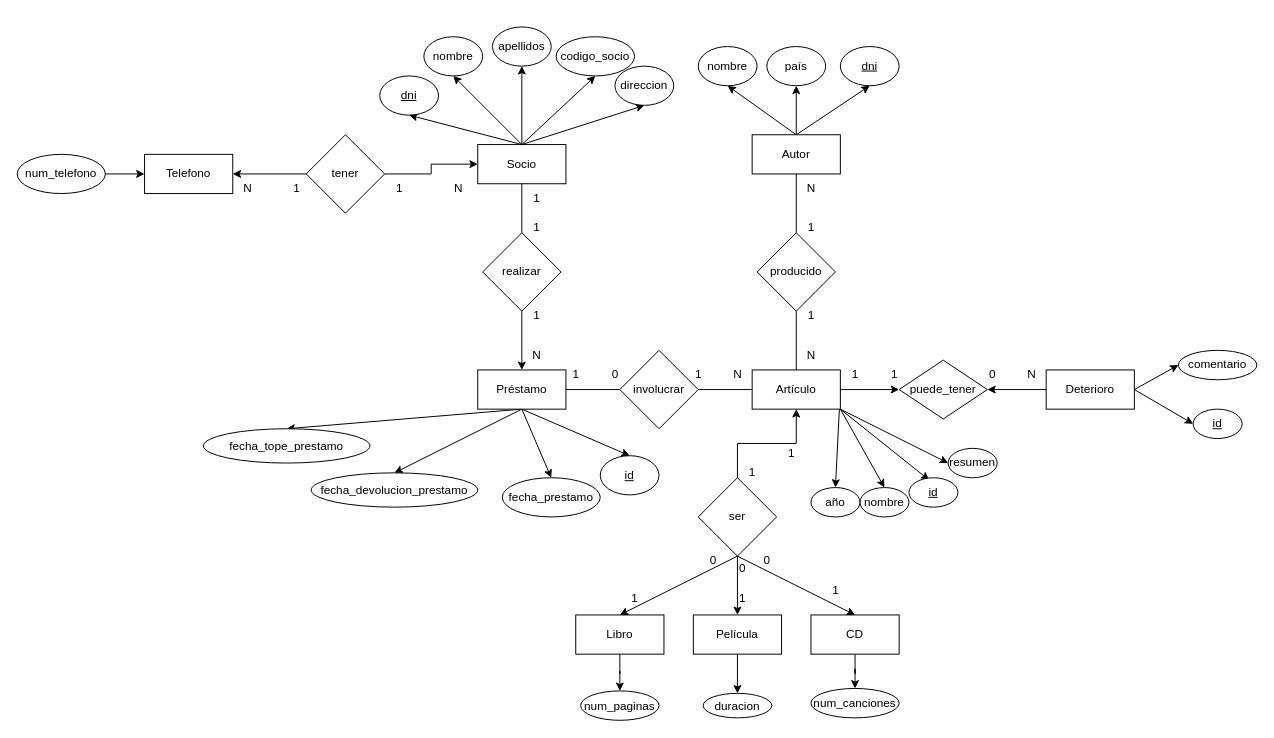
The draw.io diagram ej6.drawio in adriii28/amr-tsys-C3U12-11102023, before the edit. Source tidied: cells renumbered, new cells numbered last; positions are measured from the earlier drawing's top-left corner, leaving out a move shared by most shapes. Both pictures are drawn from the tidied source at 98%, with x=0, y=0 at pixel (17, 26).
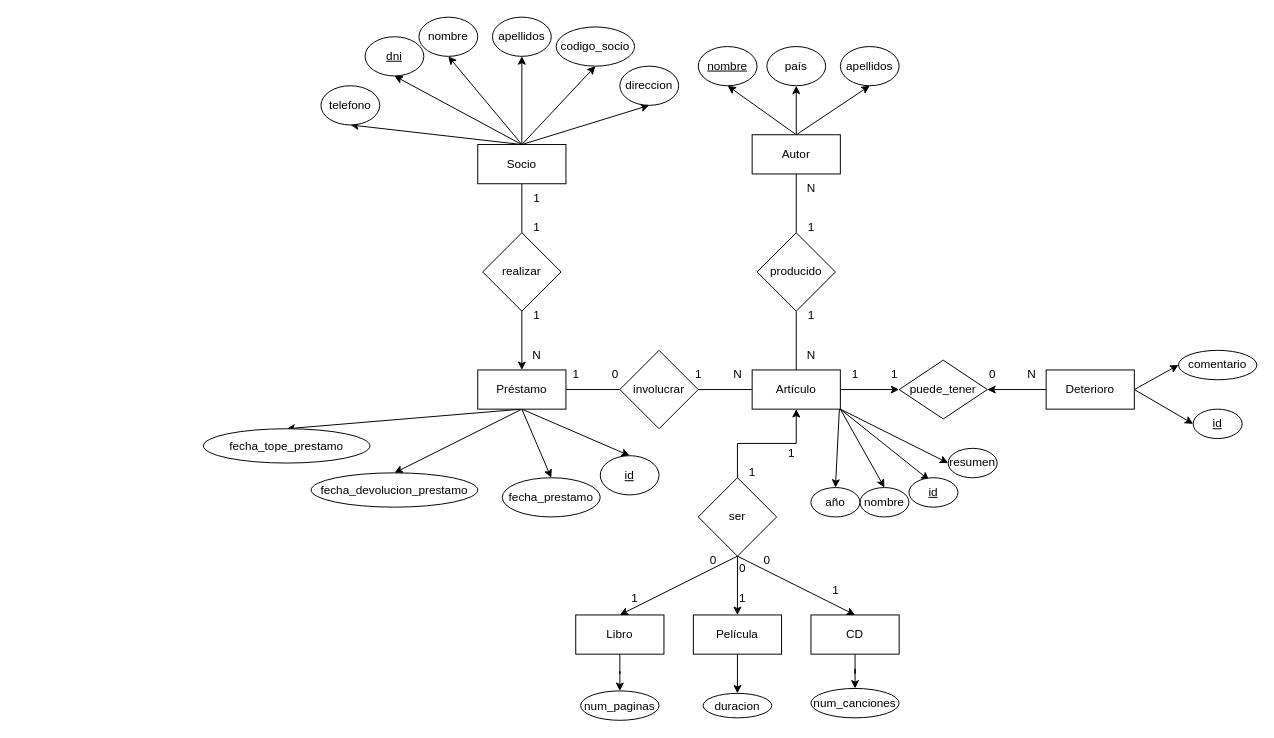
Above is the later version.

The change refers to these unchanged cells:
```xml
<mxCell id="8" value="Socio" style="rounded=0;whiteSpace=wrap;html=1;" parent="1" vertex="1">
  <mxGeometry x="470" y="120" width="90" height="40" as="geometry" />
</mxCell>
```

Diff of the diagram source:
```diff
@@
-    <mxCell id="5" style="edgeStyle=orthogonalEdgeStyle;rounded=0;jettySize=auto;html=1;exitX=1;exitY=0.5;exitDx=0;exitDy=0;" parent="1" edge="1" source="32" target="8">
-      <mxGeometry relative="1" as="geometry" />
-    </mxCell>
@@
+    <mxCell id="103" style="rounded=0;jettySize=auto;html=1;entryX=0.5;entryY=1;entryDx=0;entryDy=0;" parent="1" edge="1" target="104">
+      <mxGeometry relative="1" as="geometry">
+        <mxPoint x="515" y="120" as="sourcePoint" />
+      </mxGeometry>
+    </mxCell>
@@
-    <mxCell id="9" style="edgeStyle=none;rounded=0;jettySize=auto;html=1;exitX=0;exitY=0.5;exitDx=0;exitDy=0;" parent="1" edge="1" source="32" target="10">
-      <mxGeometry relative="1" as="geometry" />
-    </mxCell>
-    <mxCell id="10" value="Telefono" style="rounded=0;whiteSpace=wrap;html=1;" parent="1" vertex="1">
-      <mxGeometry x="130" y="130" width="90" height="40" as="geometry" />
-    </mxCell>
@@
-    <mxCell id="32" value="tener" style="rhombus;whiteSpace=wrap;html=1;" parent="1" vertex="1">
-      <mxGeometry x="295" y="110" width="80" height="80" as="geometry" />
-    </mxCell>
@@
     <mxCell id="40" value="nombre" style="ellipse;whiteSpace=wrap;html=1;" parent="1" vertex="1">
-      <mxGeometry x="415" y="10" width="60" height="40" as="geometry" />
+      <mxGeometry x="410" y="-10" width="60" height="40" as="geometry" />
     </mxCell>
     <mxCell id="41" value="apellidos" style="ellipse;whiteSpace=wrap;html=1;" parent="1" vertex="1">
-      <mxGeometry x="485" width="60" height="40" as="geometry" />
+      <mxGeometry x="485" y="-10" width="60" height="40" as="geometry" />
     </mxCell>
     <mxCell id="42" value="codigo_socio" style="ellipse;whiteSpace=wrap;html=1;" parent="1" vertex="1">
-      <mxGeometry x="550" y="10" width="80" height="40" as="geometry" />
+      <mxGeometry x="550" width="80" height="40" as="geometry" />
     </mxCell>
     <mxCell id="43" value="direccion" style="ellipse;whiteSpace=wrap;html=1;" parent="1" vertex="1">
-      <mxGeometry x="610" y="40" width="60" height="40" as="geometry" />
+      <mxGeometry x="615" y="40" width="60" height="40" as="geometry" />
     </mxCell>
     <mxCell id="44" value="dni" style="ellipse;whiteSpace=wrap;html=1;fontStyle=4;" parent="1" vertex="1">
-      <mxGeometry x="370" y="50" width="60" height="40" as="geometry" />
+      <mxGeometry x="355" y="10" width="60" height="40" as="geometry" />
     </mxCell>
-    <mxCell id="45" style="rounded=0;jettySize=auto;html=1;exitX=1;exitY=0.5;exitDx=0;exitDy=0;entryX=0;entryY=0.5;entryDx=0;entryDy=0;" parent="1" edge="1" source="72" target="10">
-      <mxGeometry relative="1" as="geometry" />
-    </mxCell>
@@
-    <mxCell id="50" value="nombre" style="ellipse;whiteSpace=wrap;html=1;fontStyle=0;" parent="1" vertex="1">
+    <mxCell id="50" value="&lt;u&gt;nombre&lt;/u&gt;" style="ellipse;whiteSpace=wrap;html=1;fontStyle=0;" parent="1" vertex="1">
       <mxGeometry x="695" y="20" width="60" height="40" as="geometry" />
     </mxCell>
@@
-    <mxCell id="69" value="&lt;u&gt;dni&lt;/u&gt;" style="ellipse;whiteSpace=wrap;html=1;fontStyle=0;" parent="1" vertex="1">
+    <mxCell id="69" value="apellidos" style="ellipse;whiteSpace=wrap;html=1;fontStyle=0;" parent="1" vertex="1">
       <mxGeometry x="840" y="20" width="60" height="40" as="geometry" />
     </mxCell>
@@
-    <mxCell id="72" value="num_telefono" style="ellipse;whiteSpace=wrap;html=1;" parent="1" vertex="1">
-      <mxGeometry y="130" width="90" height="40" as="geometry" />
-    </mxCell>
@@
-    <mxCell id="98" value="N" style="text;html=1;align=center;verticalAlign=middle;strokeColor=none;fillColor=none;" parent="1" vertex="1">
-      <mxGeometry x="435" y="150" width="30" height="30" as="geometry" />
-    </mxCell>
-    <mxCell id="99" value="N" style="text;html=1;align=center;verticalAlign=middle;strokeColor=none;fillColor=none;" parent="1" vertex="1">
-      <mxGeometry x="220" y="150" width="30" height="30" as="geometry" />
-    </mxCell>
-    <mxCell id="100" value="1" style="text;html=1;align=center;verticalAlign=middle;strokeColor=none;fillColor=none;" parent="1" vertex="1">
-      <mxGeometry x="270" y="150" width="30" height="30" as="geometry" />
-    </mxCell>
-    <mxCell id="101" value="1" style="text;html=1;align=center;verticalAlign=middle;strokeColor=none;fillColor=none;" parent="1" vertex="1">
-      <mxGeometry x="375" y="150" width="30" height="30" as="geometry" />
-    </mxCell>
@@
+    <mxCell id="104" value="telefono" style="ellipse;whiteSpace=wrap;html=1;" parent="1" vertex="1">
+      <mxGeometry x="310" y="60" width="60" height="40" as="geometry" />
+    </mxCell>
```
